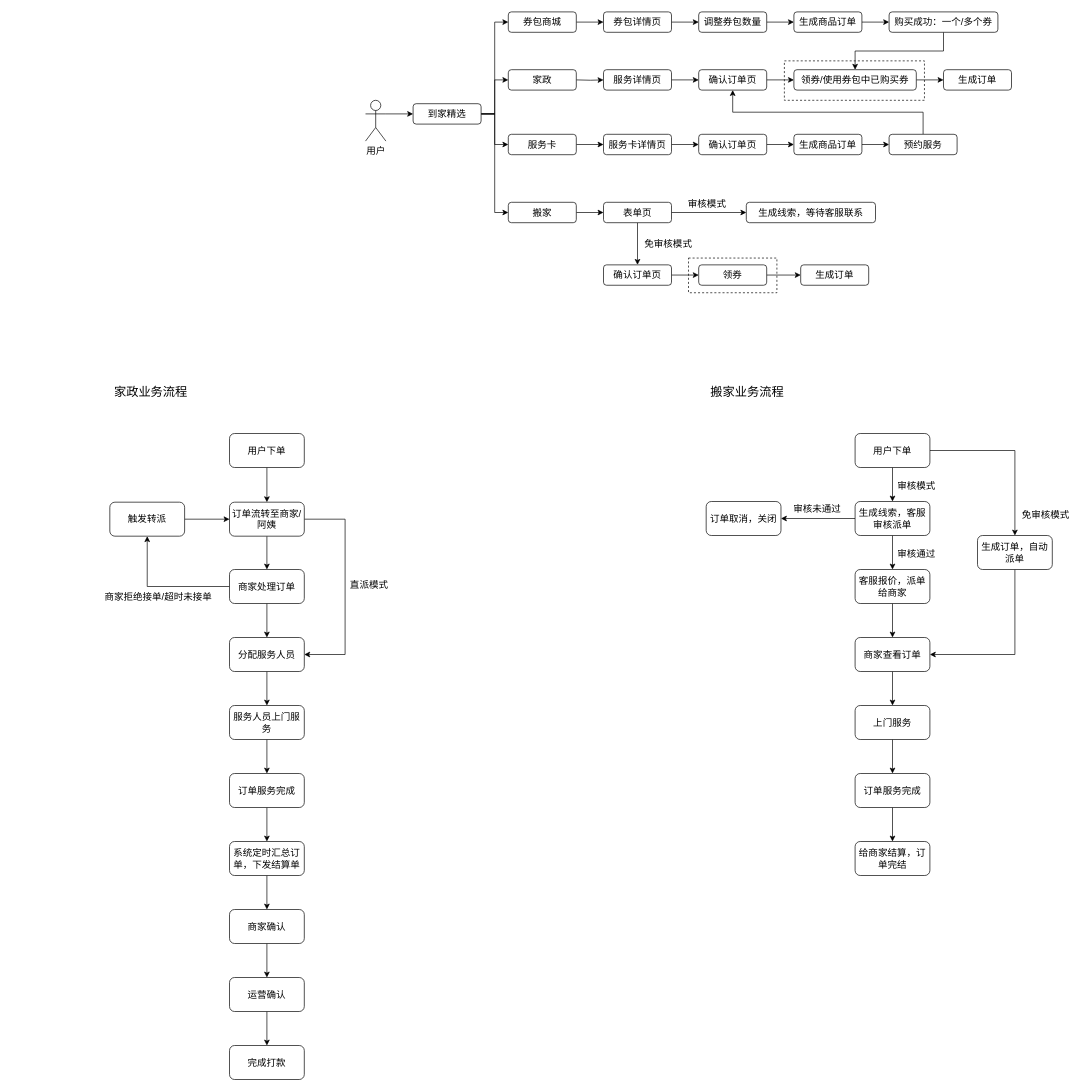
chihiro-qx/hello-world keeps this draw.io diagram as page "到家精选整体业务流程" (2 of 2) of Untitled Diagram.drawio. Above is the earlier version. Source tidied: cells renumbered, new cells numbered last; positions are measured from the earlier drawing's top-left corner, leaving out a move shared by most shapes. Both pictures are drawn from the tidied source at 68%, with x=0, y=0 at pixel (100, 12).
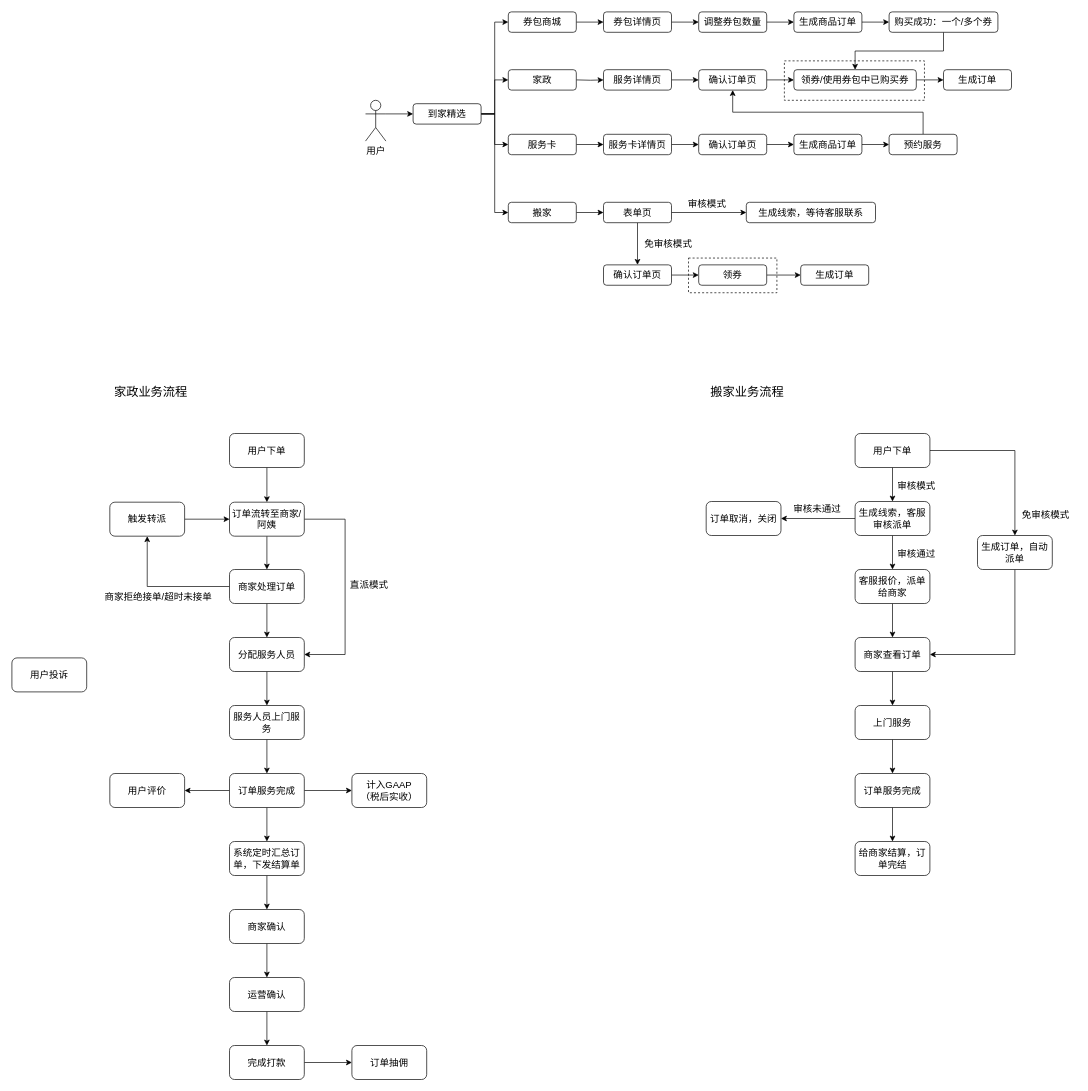
The same page after the edit.

The change refers to these unchanged cells:
```xml
<mxCell id="89" value="订单服务完成" style="rounded=1;whiteSpace=wrap;html=1;fontSize=14;" parent="1" vertex="1">
  <mxGeometry x="190" y="1120" width="110" height="50" as="geometry" />
</mxCell>
<mxCell id="100" value="完成打款" style="rounded=1;whiteSpace=wrap;html=1;fontSize=14;" parent="1" vertex="1">
  <mxGeometry x="190" y="1520" width="110" height="50" as="geometry" />
</mxCell>
```

What changed in the source:
```diff
@@
+    <mxCell id="102" style="edgeStyle=orthogonalEdgeStyle;rounded=0;jettySize=auto;html=1;exitX=0;exitY=0.5;exitDx=0;exitDy=0;entryX=1;entryY=0.5;entryDx=0;entryDy=0;fontSize=14;" parent="1" edge="1" source="89" target="106">
+      <mxGeometry relative="1" as="geometry" />
+    </mxCell>
+    <mxCell id="103" style="edgeStyle=orthogonalEdgeStyle;rounded=0;jettySize=auto;html=1;exitX=1;exitY=0.5;exitDx=0;exitDy=0;fontSize=14;" parent="1" edge="1" source="89" target="107">
+      <mxGeometry relative="1" as="geometry" />
+    </mxCell>
@@
+    <mxCell id="104" style="edgeStyle=orthogonalEdgeStyle;rounded=0;jettySize=auto;html=1;exitX=1;exitY=0.5;exitDx=0;exitDy=0;entryX=0;entryY=0.5;entryDx=0;entryDy=0;fontSize=14;" parent="1" edge="1" source="100" target="108">
+      <mxGeometry relative="1" as="geometry" />
+    </mxCell>
@@
+    <mxCell id="105" value="用户投诉" style="rounded=1;whiteSpace=wrap;html=1;fontSize=14;" parent="1" vertex="1">
+      <mxGeometry x="-130" y="950" width="110" height="50" as="geometry" />
+    </mxCell>
+    <mxCell id="106" value="用户评价" style="rounded=1;whiteSpace=wrap;html=1;fontSize=14;" parent="1" vertex="1">
+      <mxGeometry x="14" y="1120" width="110" height="50" as="geometry" />
+    </mxCell>
+    <mxCell id="107" value="计入GAAP&lt;br&gt;（税后实收）" style="rounded=1;whiteSpace=wrap;html=1;fontSize=14;" parent="1" vertex="1">
+      <mxGeometry x="370" y="1120" width="110" height="50" as="geometry" />
+    </mxCell>
+    <mxCell id="108" value="订单抽佣" style="rounded=1;whiteSpace=wrap;html=1;fontSize=14;" parent="1" vertex="1">
+      <mxGeometry x="370" y="1520" width="110" height="50" as="geometry" />
+    </mxCell>
```
